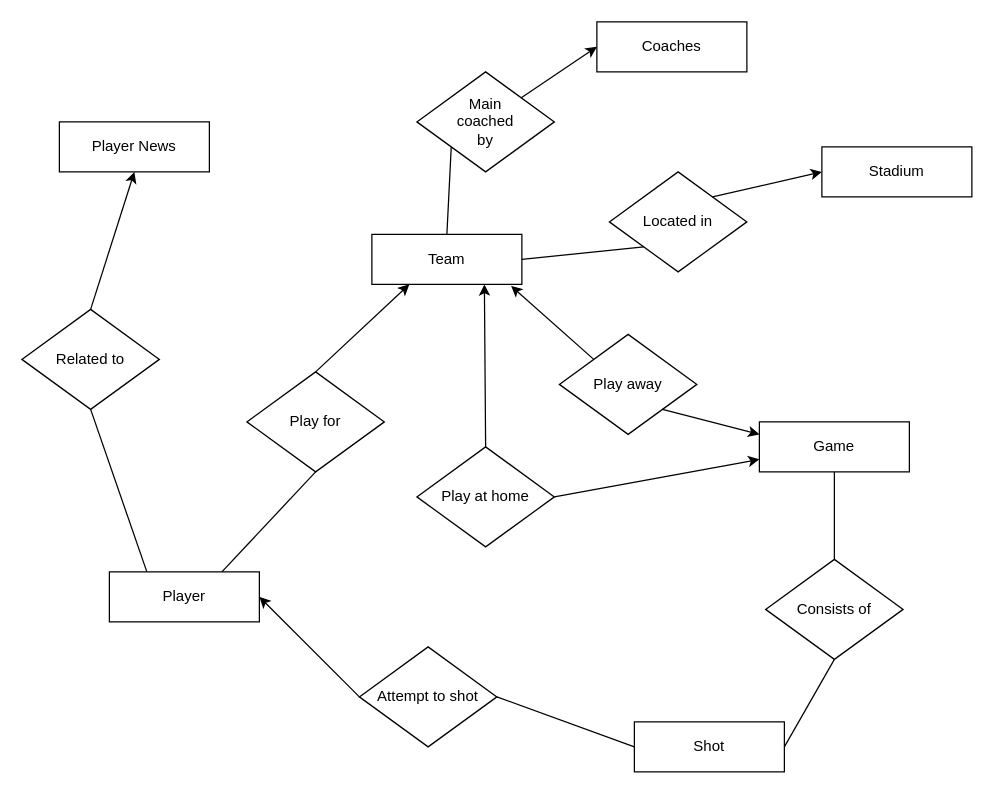
The draw.io diagram Phase 1/Basketball ER diagram.drawio in CJT1981/CSE111-Basketball-Stats-Project, before the edit. Source tidied: cells renumbered, new cells numbered last; positions are measured from the earlier drawing's top-left corner, leaving out a move shared by most shapes. Both pictures are drawn from the tidied source at 125%, with x=0, y=0 at pixel (21, 21).
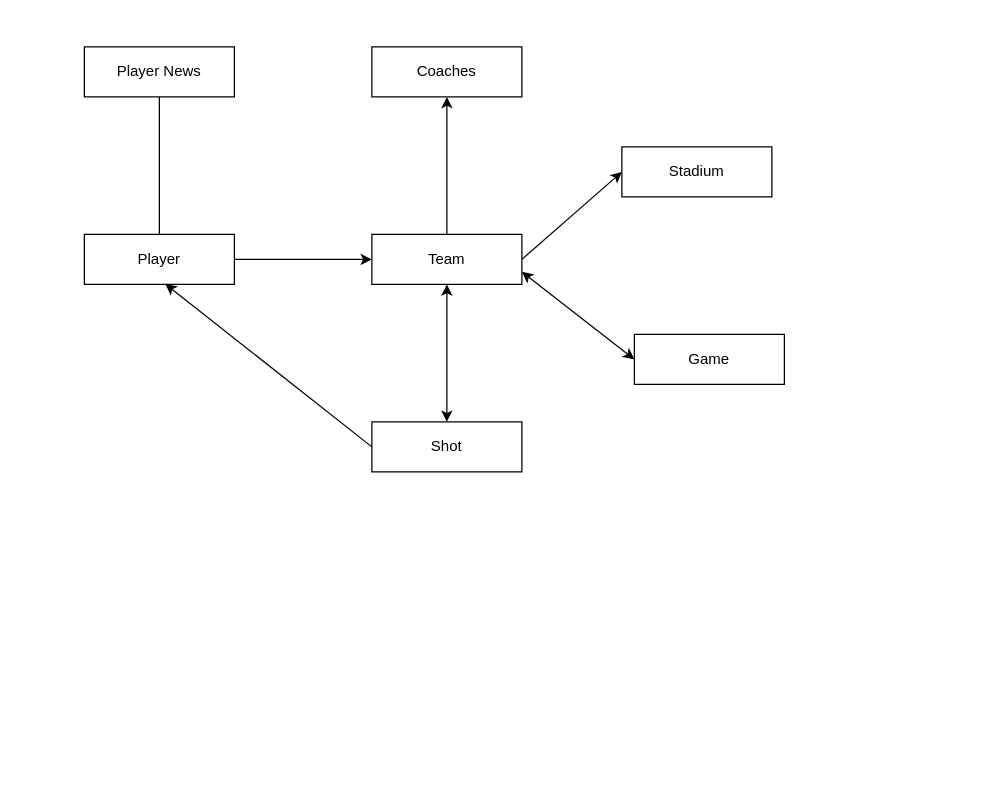
After the change.

Commit message (it also covers changes not shown here):
ER Diagram FINALLL

The change refers to these unchanged cells:
```xml
<mxCell id="4" value="Team" style="rounded=0;whiteSpace=wrap;html=1;shadow=0;" parent="1" vertex="1">
  <mxGeometry x="280" y="170" width="120" height="40" as="geometry" />
</mxCell>
```

Change to the diagram source:
```diff
@@
     <mxCell id="2" value="Player News" style="rounded=0;whiteSpace=wrap;html=1;" parent="1" vertex="1">
-      <mxGeometry x="30" y="80" width="120" height="40" as="geometry" />
+      <mxGeometry x="50" y="20" width="120" height="40" as="geometry" />
     </mxCell>
     <mxCell id="3" value="Player" style="rounded=0;whiteSpace=wrap;html=1;" parent="1" vertex="1">
-      <mxGeometry x="70" y="440" width="120" height="40" as="geometry" />
+      <mxGeometry x="50" y="170" width="120" height="40" as="geometry" />
     </mxCell>
@@
     <mxCell id="5" value="Coaches" style="rounded=0;whiteSpace=wrap;html=1;shadow=0;" parent="1" vertex="1">
-      <mxGeometry x="460" width="120" height="40" as="geometry" />
+      <mxGeometry x="280" y="20" width="120" height="40" as="geometry" />
     </mxCell>
     <mxCell id="6" value="Stadium" style="rounded=0;whiteSpace=wrap;html=1;shadow=0;" parent="1" vertex="1">
-      <mxGeometry x="640" y="100" width="120" height="40" as="geometry" />
+      <mxGeometry x="480" y="100" width="120" height="40" as="geometry" />
     </mxCell>
     <mxCell id="7" value="Game" style="rounded=0;whiteSpace=wrap;html=1;shadow=0;" parent="1" vertex="1">
-      <mxGeometry x="590" y="320" width="120" height="40" as="geometry" />
+      <mxGeometry x="490" y="250" width="120" height="40" as="geometry" />
     </mxCell>
+    <mxCell id="33" style="edgeStyle=orthogonalEdgeStyle;rounded=0;jettySize=auto;html=1;exitX=0.5;exitY=0;exitDx=0;exitDy=0;entryX=0.5;entryY=1;entryDx=0;entryDy=0;startArrow=classic;startFill=1;" parent="1" edge="1" source="8" target="4">
+      <mxGeometry relative="1" as="geometry" />
+    </mxCell>
     <mxCell id="8" value="Shot" style="rounded=0;whiteSpace=wrap;html=1;shadow=0;" parent="1" vertex="1">
-      <mxGeometry x="490" y="560" width="120" height="40" as="geometry" />
+      <mxGeometry x="280" y="320" width="120" height="40" as="geometry" />
     </mxCell>
-    <mxCell id="9" value="Play for" style="rhombus;whiteSpace=wrap;html=1;" parent="1" vertex="1">
-      <mxGeometry x="180" y="280" width="110" height="80" as="geometry" />
-    </mxCell>
-    <mxCell id="10" value="Related to" style="rhombus;whiteSpace=wrap;html=1;" parent="1" vertex="1">
-      <mxGeometry y="230" width="110" height="80" as="geometry" />
-    </mxCell>
-    <mxCell id="11" style="endArrow=classic;html=1;rounded=0;exitX=0.5;exitY=0;exitDx=0;exitDy=0;entryX=0.5;entryY=1;entryDx=0;entryDy=0;startArrow=none;startFill=0;endFill=1;" parent="1" edge="1" source="10" target="2">
+    <mxCell id="11" style="endArrow=none;html=1;rounded=0;entryX=0.5;entryY=1;entryDx=0;entryDy=0;startArrow=none;startFill=0;endFill=0;" parent="1" edge="1" source="3" target="2">
       <mxGeometry relative="1" as="geometry" />
     </mxCell>
-    <mxCell id="12" style="endArrow=none;html=1;rounded=0;exitX=0.25;exitY=0;exitDx=0;exitDy=0;entryX=0.5;entryY=1;entryDx=0;entryDy=0;endFill=0;startArrow=none;startFill=0;" parent="1" edge="1" source="3" target="10">
-      <mxGeometry relative="1" as="geometry" />
-    </mxCell>
-    <mxCell id="13" style="endArrow=none;html=1;rounded=0;entryX=0.5;entryY=1;entryDx=0;entryDy=0;exitX=0.75;exitY=0;exitDx=0;exitDy=0;startArrow=none;startFill=0;" parent="1" edge="1" source="3" target="9">
-      <mxGeometry relative="1" as="geometry" />
-    </mxCell>
-    <mxCell id="14" style="endArrow=classic;html=1;rounded=0;exitX=0.5;exitY=0;exitDx=0;exitDy=0;entryX=0.25;entryY=1;entryDx=0;entryDy=0;endFill=1;" parent="1" edge="1" source="9" target="4">
+    <mxCell id="14" style="endArrow=classic;html=1;rounded=0;exitX=1;exitY=0.5;exitDx=0;exitDy=0;entryX=0;entryY=0.5;entryDx=0;entryDy=0;endFill=1;" parent="1" edge="1" source="3" target="4">
       <mxGeometry relative="1" as="geometry" />
     </mxCell>
-    <mxCell id="15" value="Attempt to shot" style="rhombus;whiteSpace=wrap;html=1;" parent="1" vertex="1">
-      <mxGeometry x="270" y="500" width="110" height="80" as="geometry" />
-    </mxCell>
-    <mxCell id="16" style="endArrow=classic;html=1;rounded=0;entryX=1;entryY=0.5;entryDx=0;entryDy=0;exitX=0;exitY=0.5;exitDx=0;exitDy=0;" parent="1" edge="1" source="15" target="3">
+    <mxCell id="16" style="endArrow=classic;html=1;rounded=0;entryX=0.54;entryY=0.992;entryDx=0;entryDy=0;exitX=0;exitY=0.5;exitDx=0;exitDy=0;entryPerimeter=0;" parent="1" edge="1" source="8" target="3">
       <mxGeometry relative="1" as="geometry" />
     </mxCell>
-    <mxCell id="17" style="endArrow=none;html=1;rounded=0;exitX=1;exitY=0.5;exitDx=0;exitDy=0;entryX=0;entryY=0.5;entryDx=0;entryDy=0;endFill=0;" parent="1" edge="1" source="15" target="8">
-      <mxGeometry relative="1" as="geometry" />
-    </mxCell>
-    <mxCell id="18" value="Consists of" style="rhombus;whiteSpace=wrap;html=1;" parent="1" vertex="1">
-      <mxGeometry x="595" y="430" width="110" height="80" as="geometry" />
-    </mxCell>
-    <mxCell id="19" style="endArrow=none;html=1;rounded=0;exitX=0.5;exitY=0;exitDx=0;exitDy=0;entryX=0.5;entryY=1;entryDx=0;entryDy=0;endFill=0;" parent="1" edge="1" source="18" target="7">
-      <mxGeometry relative="1" as="geometry" />
-    </mxCell>
-    <mxCell id="20" style="endArrow=none;html=1;rounded=0;entryX=0.5;entryY=1;entryDx=0;entryDy=0;exitX=1;exitY=0.5;exitDx=0;exitDy=0;startArrow=none;startFill=0;" parent="1" edge="1" source="8" target="18">
-      <mxGeometry relative="1" as="geometry" />
-    </mxCell>
-    <mxCell id="21" value="Play at home" style="rhombus;whiteSpace=wrap;html=1;" parent="1" vertex="1">
-      <mxGeometry x="316" y="340" width="110" height="80" as="geometry" />
-    </mxCell>
-    <mxCell id="22" value="Play away" style="rhombus;whiteSpace=wrap;html=1;" parent="1" vertex="1">
-      <mxGeometry x="430" y="250" width="110" height="80" as="geometry" />
-    </mxCell>
-    <mxCell id="23" style="endArrow=classic;html=1;rounded=0;exitX=0.5;exitY=0;exitDx=0;exitDy=0;entryX=0.75;entryY=1;entryDx=0;entryDy=0;startArrow=none;startFill=0;endFill=1;" parent="1" edge="1" source="21" target="4">
-      <mxGeometry relative="1" as="geometry" />
-    </mxCell>
-    <mxCell id="24" style="endArrow=classic;html=1;rounded=0;entryX=0;entryY=0.75;entryDx=0;entryDy=0;endFill=1;exitX=1;exitY=0.5;exitDx=0;exitDy=0;" parent="1" edge="1" source="21" target="7">
-      <mxGeometry relative="1" as="geometry" />
-    </mxCell>
-    <mxCell id="25" style="endArrow=classic;html=1;rounded=0;entryX=0.928;entryY=1.03;entryDx=0;entryDy=0;entryPerimeter=0;exitX=0;exitY=0;exitDx=0;exitDy=0;startArrow=none;startFill=0;endFill=1;" parent="1" edge="1" source="22" target="4">
+    <mxCell id="25" style="endArrow=classic;html=1;rounded=0;exitX=0;exitY=0.5;exitDx=0;exitDy=0;startArrow=classic;startFill=1;endFill=1;entryX=1;entryY=0.75;entryDx=0;entryDy=0;" parent="1" edge="1" source="7" target="4">
       <mxGeometry relative="1" as="geometry" />
     </mxCell>
-    <mxCell id="26" style="endArrow=classic;html=1;rounded=0;entryX=0;entryY=0.25;entryDx=0;entryDy=0;exitX=1;exitY=1;exitDx=0;exitDy=0;endFill=1;" parent="1" edge="1" source="22" target="7">
-      <mxGeometry relative="1" as="geometry" />
-    </mxCell>
-    <mxCell id="27" value="Located in" style="rhombus;whiteSpace=wrap;html=1;" parent="1" vertex="1">
-      <mxGeometry x="470" y="120" width="110" height="80" as="geometry" />
-    </mxCell>
-    <mxCell id="28" style="endArrow=none;html=1;rounded=0;entryX=0;entryY=1;entryDx=0;entryDy=0;exitX=1;exitY=0.5;exitDx=0;exitDy=0;" parent="1" edge="1" source="4" target="27">
-      <mxGeometry relative="1" as="geometry" />
-    </mxCell>
-    <mxCell id="29" style="endArrow=classic;html=1;rounded=0;entryX=0;entryY=0.5;entryDx=0;entryDy=0;entryPerimeter=0;exitX=1;exitY=0;exitDx=0;exitDy=0;endFill=1;" parent="1" edge="1" source="27" target="6">
+    <mxCell id="29" style="endArrow=classic;html=1;rounded=0;entryX=0;entryY=0.5;entryDx=0;entryDy=0;entryPerimeter=0;exitX=1;exitY=0.5;exitDx=0;exitDy=0;endFill=1;" parent="1" edge="1" source="4" target="6">
       <mxGeometry relative="1" as="geometry" />
     </mxCell>
-    <mxCell id="30" value="Main &lt;br&gt;coached&lt;br&gt;by" style="rhombus;whiteSpace=wrap;html=1;" parent="1" vertex="1">
-      <mxGeometry x="316" y="40" width="110" height="80" as="geometry" />
-    </mxCell>
-    <mxCell id="31" style="endArrow=classic;html=1;rounded=0;entryX=0;entryY=0.5;entryDx=0;entryDy=0;endFill=1;" parent="1" edge="1" source="30" target="5">
+    <mxCell id="31" style="endArrow=classic;html=1;rounded=0;entryX=0.5;entryY=1;entryDx=0;entryDy=0;endFill=1;exitX=0.5;exitY=0;exitDx=0;exitDy=0;" parent="1" edge="1" source="4" target="5">
       <mxGeometry relative="1" as="geometry" />
     </mxCell>
-    <mxCell id="32" style="endArrow=none;html=1;rounded=0;entryX=0.5;entryY=0;entryDx=0;entryDy=0;exitX=0;exitY=1;exitDx=0;exitDy=0;endFill=0;" parent="1" edge="1" source="30" target="4">
-      <mxGeometry relative="1" as="geometry" />
-    </mxCell>
```
